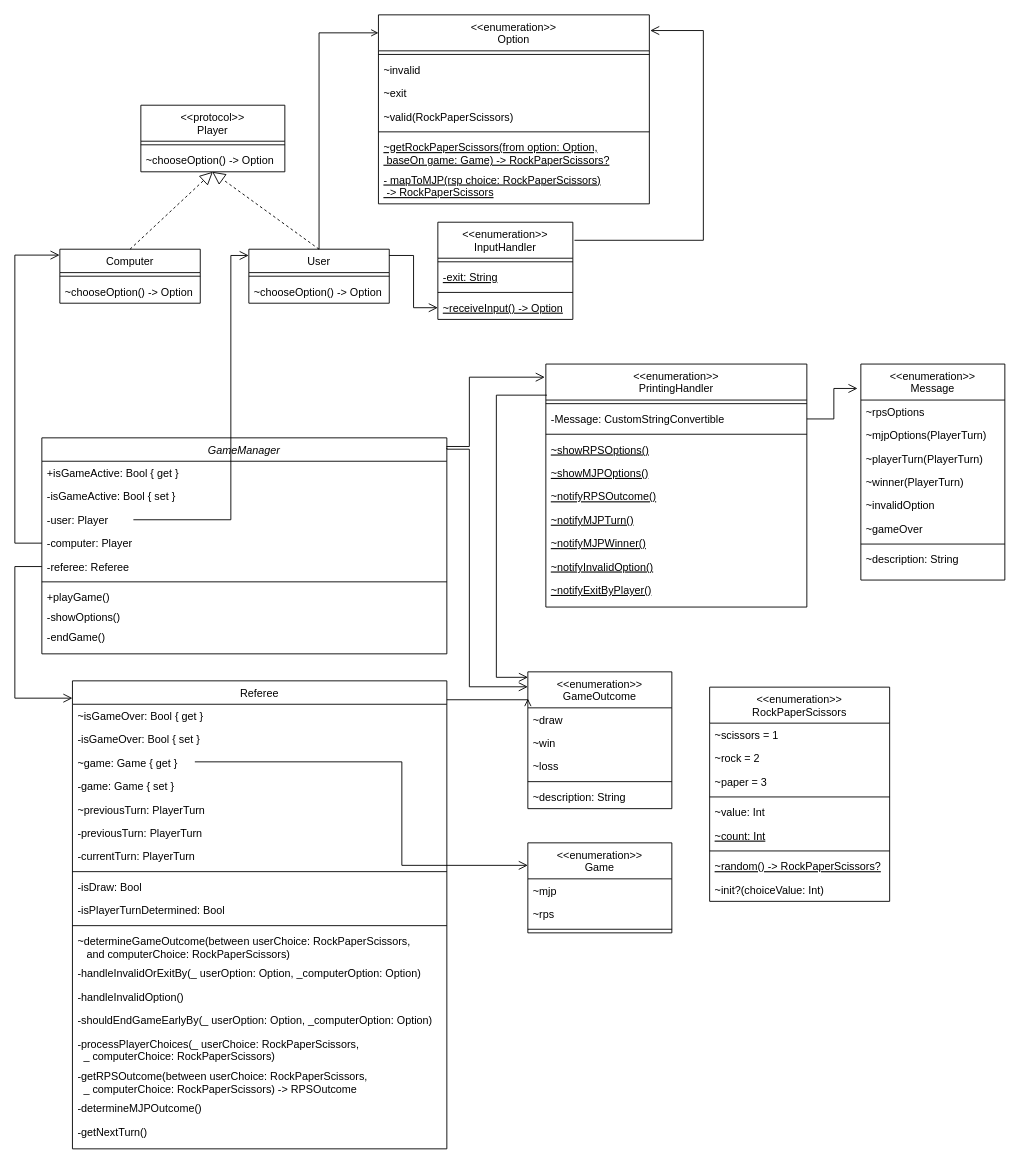
Earlier version of the draw.io diagram docs/Game_RockPaperScissors_ClassDiagram.drawio (tasty-code/ios-rock-scissor-paper). Source tidied: cells renumbered, new cells numbered last; positions are measured from the earlier drawing's top-left corner, leaving out a move shared by most shapes. Both pictures are drawn from the tidied source at 90%, with x=0, y=0 at pixel (14, 14).
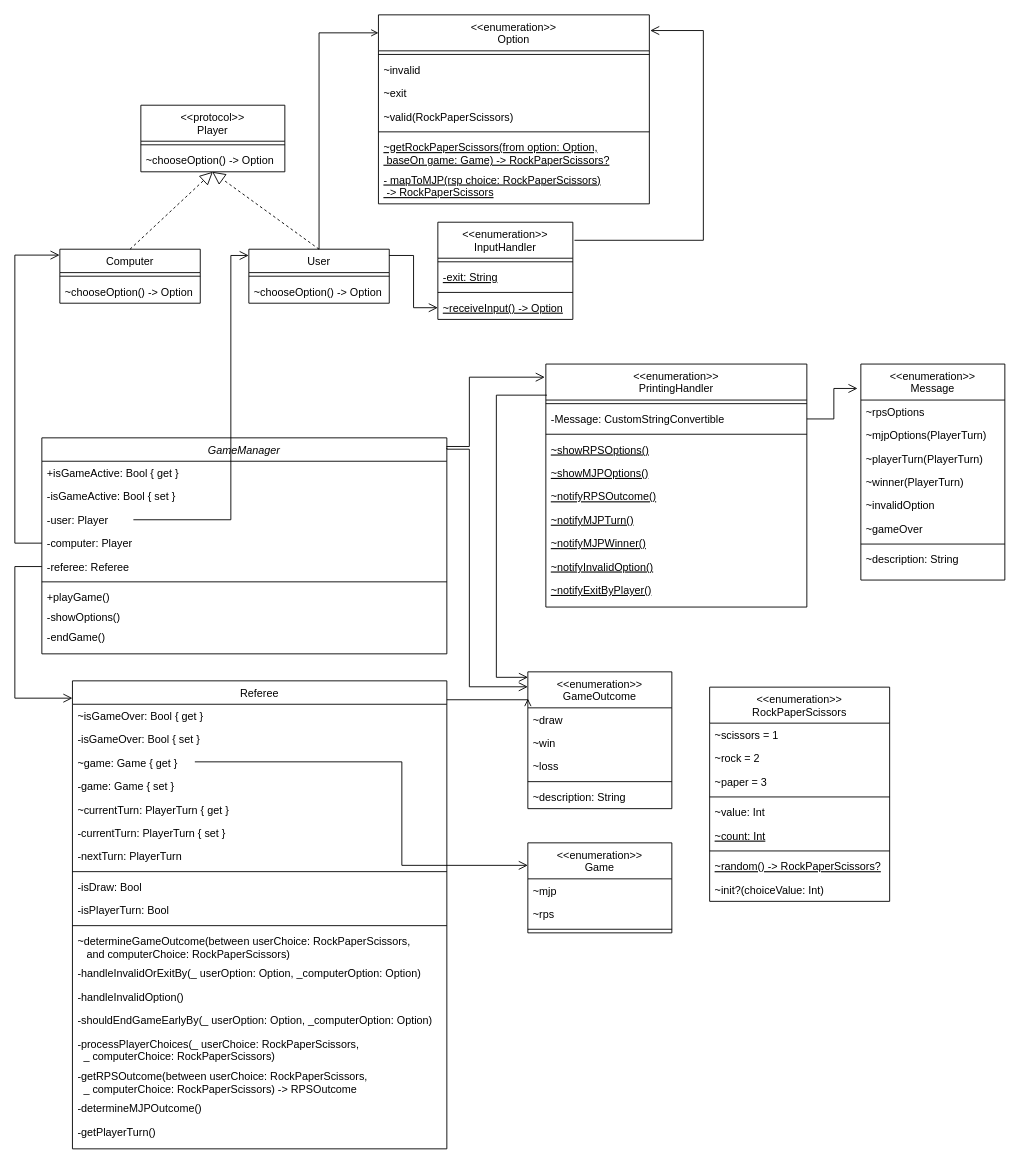
The same page after the edit.

Unchanged cells that the change refers to:
```xml
<mxCell id="32" value="Referee" style="swimlane;fontStyle=0;align=center;verticalAlign=top;horizontal=1;startSize=26;rounded=0;shadow=0;strokeWidth=1;" parent="1" vertex="1">
  <mxGeometry x="64" y="740" width="416" height="520" as="geometry" />
</mxCell>
```

The edit, as a diff of the source:
```diff
@@
-    <mxCell id="38" value="~previousTurn: PlayerTurn" style="text;align=left;verticalAlign=top;spacingLeft=4;spacingRight=4;overflow=hidden;" parent="32" vertex="1">
+    <mxCell id="38" value="~currentTurn: PlayerTurn { get }" style="text;align=left;verticalAlign=top;spacingLeft=4;spacingRight=4;overflow=hidden;" parent="32" vertex="1">
       <mxGeometry y="130" width="416" height="26" as="geometry" />
     </mxCell>
-    <mxCell id="39" value="-previousTurn: PlayerTurn" style="text;align=left;verticalAlign=top;spacingLeft=4;spacingRight=4;overflow=hidden;" parent="32" vertex="1">
+    <mxCell id="39" value="-currentTurn: PlayerTurn { set }" style="text;align=left;verticalAlign=top;spacingLeft=4;spacingRight=4;overflow=hidden;" parent="32" vertex="1">
       <mxGeometry y="156" width="416" height="26" as="geometry" />
     </mxCell>
-    <mxCell id="40" value="-currentTurn: PlayerTurn" style="text;align=left;verticalAlign=top;spacingLeft=4;spacingRight=4;overflow=hidden;" parent="32" vertex="1">
+    <mxCell id="40" value="-nextTurn: PlayerTurn" style="text;align=left;verticalAlign=top;spacingLeft=4;spacingRight=4;overflow=hidden;" parent="32" vertex="1">
       <mxGeometry y="182" width="416" height="26" as="geometry" />
     </mxCell>
@@
-    <mxCell id="43" value="-isPlayerTurnDetermined: Bool" style="text;align=left;verticalAlign=top;spacingLeft=4;spacingRight=4;overflow=hidden;" parent="32" vertex="1">
+    <mxCell id="43" value="-isPlayerTurn: Bool" style="text;align=left;verticalAlign=top;spacingLeft=4;spacingRight=4;overflow=hidden;" parent="32" vertex="1">
       <mxGeometry y="242" width="416" height="26" as="geometry" />
     </mxCell>
@@
-    <mxCell id="52" value="-getNextTurn()" style="text;align=left;verticalAlign=top;spacingLeft=4;spacingRight=4;overflow=hidden;" parent="32" vertex="1">
+    <mxCell id="52" value="-getPlayerTurn()" style="text;align=left;verticalAlign=top;spacingLeft=4;spacingRight=4;overflow=hidden;" parent="32" vertex="1">
       <mxGeometry y="488" width="416" height="26" as="geometry" />
     </mxCell>
```
